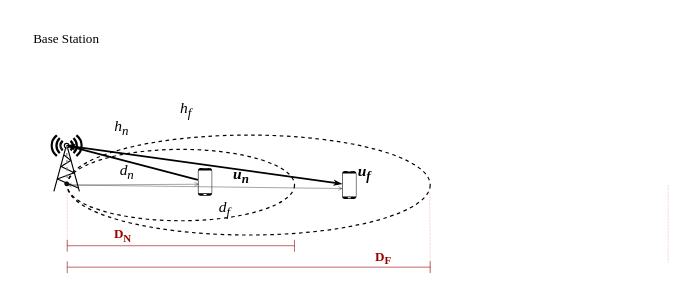
Before: System Diagram.drawio in Lazarus-GS/NOMA-Diagrams, a draw.io diagram. Source tidied: cells renumbered, new cells numbered last; positions are measured from the earlier drawing's top-left corner, leaving out a move shared by most shapes. Both pictures are drawn from the tidied source at 119%, with x=0, y=0 at pixel (20, 20).
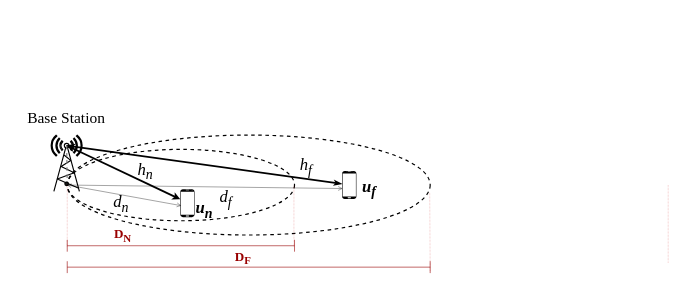
After the change.

The change refers to these unchanged cells:
```xml
<mxCell id="4" style="fontColor=#0066CC;verticalAlign=top;verticalLabelPosition=bottom;labelPosition=center;align=center;html=1;fillColor=default;strokeColor=default;gradientColor=none;gradientDirection=north;strokeWidth=2;shape=mxgraph.networks.radio_tower;rounded=1;shadow=0;comic=0;labelBackgroundColor=none;perimeterSpacing=0;" parent="1" vertex="1">
  <mxGeometry x="25.5" y="96.1" width="26" height="47.3" as="geometry" />
</mxCell>
```

The edit, as a diff of the source:
```diff
@@
-    <mxCell id="6" value="&lt;span style=&quot;font-size: 13px;&quot;&gt;&lt;b&gt;&lt;i&gt;u&lt;sub&gt;n&lt;/sub&gt;&lt;/i&gt;&lt;/b&gt;&lt;/span&gt;" style="text;html=1;strokeColor=none;fillColor=none;align=center;verticalAlign=middle;whiteSpace=wrap;rounded=0;dashed=1;fontFamily=Times New Roman;" parent="1" vertex="1">
-      <mxGeometry x="173" y="123.6" width="25" height="12.5" as="geometry" />
+    <mxCell id="6" value="&lt;span style=&quot;font-size: 13px;&quot;&gt;&lt;b style=&quot;font-size: 14px;&quot;&gt;&lt;i&gt;u&lt;sub&gt;n&lt;/sub&gt;&lt;/i&gt;&lt;/b&gt;&lt;/span&gt;" style="text;html=1;strokeColor=none;fillColor=none;align=center;verticalAlign=middle;whiteSpace=wrap;rounded=0;dashed=1;fontFamily=Times New Roman;" parent="1" vertex="1">
+      <mxGeometry x="142.3" y="152.5" width="25" height="12.5" as="geometry" />
     </mxCell>
-    <mxCell id="7" value="&lt;span style=&quot;font-size: 13px;&quot;&gt;&lt;b&gt;&lt;i&gt;u&lt;sub&gt;f&lt;/sub&gt;&lt;/i&gt;&lt;/b&gt;&lt;/span&gt;" style="text;html=1;strokeColor=none;fillColor=none;align=center;verticalAlign=middle;whiteSpace=wrap;rounded=0;dashed=1;fontFamily=Times New Roman;" parent="1" vertex="1">
-      <mxGeometry x="274" y="113.4" width="30" height="30" as="geometry" />
+    <mxCell id="7" value="&lt;span style=&quot;font-size: 13px;&quot;&gt;&lt;b style=&quot;font-size: 14px;&quot;&gt;&lt;i&gt;u&lt;sub&gt;f&lt;/sub&gt;&lt;/i&gt;&lt;/b&gt;&lt;/span&gt;" style="text;html=1;strokeColor=none;fillColor=none;align=center;verticalAlign=middle;whiteSpace=wrap;rounded=0;dashed=1;fontFamily=Times New Roman;" parent="1" vertex="1">
+      <mxGeometry x="278" y="126.3" width="30" height="30" as="geometry" />
     </mxCell>
-    <mxCell id="8" value="&lt;span style=&quot;font-size: 11px;&quot;&gt;&lt;span style=&quot;font-size: 11px; font-weight: normal;&quot;&gt;&lt;font face=&quot;Times New Roman&quot; style=&quot;font-size: 11px;&quot;&gt;Base Station&lt;/font&gt;&lt;/span&gt;&lt;/span&gt;" style="text;html=1;strokeColor=none;fillColor=none;align=center;verticalAlign=middle;whiteSpace=wrap;rounded=0;dashed=1;fontStyle=1;fontSize=11;" parent="1" vertex="1">
-      <mxGeometry width="77" height="30" as="geometry" />
+    <mxCell id="8" value="&lt;span style=&quot;font-weight: normal;&quot;&gt;&lt;font face=&quot;Times New Roman&quot; style=&quot;font-size: 13px;&quot;&gt;Base Station&lt;/font&gt;&lt;/span&gt;" style="text;html=1;strokeColor=none;fillColor=none;align=center;verticalAlign=middle;whiteSpace=wrap;rounded=0;dashed=1;fontStyle=1;fontSize=11;" parent="1" vertex="1">
+      <mxGeometry y="66" width="77" height="30" as="geometry" />
     </mxCell>
     <mxCell id="9" value="&lt;span style=&quot;font-size: 11px;&quot;&gt;&lt;b&gt;D&lt;sub&gt;F&lt;/sub&gt;&lt;/b&gt;&lt;/span&gt;" style="text;html=1;strokeColor=none;fillColor=none;align=center;verticalAlign=middle;whiteSpace=wrap;rounded=0;dashed=1;fontFamily=Times New Roman;fontColor=#990000;" parent="1" vertex="1">
-      <mxGeometry x="295" y="184" width="20" height="30" as="geometry" />
+      <mxGeometry x="177" y="184" width="20" height="30" as="geometry" />
     </mxCell>
@@
-    <mxCell id="12" value="&lt;span style=&quot;font-size: 13px;&quot;&gt;&lt;i&gt;h&lt;sub&gt;f&lt;/sub&gt;&lt;/i&gt;&lt;/span&gt;" style="text;html=1;strokeColor=none;fillColor=none;align=center;verticalAlign=middle;whiteSpace=wrap;rounded=0;dashed=1;fontFamily=Times New Roman;" parent="1" vertex="1">
-      <mxGeometry x="109" y="60" width="60" height="30" as="geometry" />
+    <mxCell id="12" value="&lt;span style=&quot;font-size: 14px;&quot;&gt;&lt;i&gt;h&lt;sub&gt;f&lt;/sub&gt;&lt;/i&gt;&lt;/span&gt;" style="text;html=1;strokeColor=none;fillColor=none;align=center;verticalAlign=middle;whiteSpace=wrap;rounded=0;dashed=1;fontFamily=Times New Roman;" parent="1" vertex="1">
+      <mxGeometry x="210" y="108" width="60" height="30" as="geometry" />
     </mxCell>
-    <mxCell id="13" value="&lt;span style=&quot;font-size: 13px;&quot;&gt;&lt;i&gt;h&lt;sub&gt;n&lt;/sub&gt;&lt;/i&gt;&lt;/span&gt;" style="text;html=1;strokeColor=none;fillColor=none;align=center;verticalAlign=middle;whiteSpace=wrap;rounded=0;dashed=1;fontFamily=Times New Roman;" parent="1" vertex="1">
-      <mxGeometry x="73" y="75" width="24" height="30" as="geometry" />
+    <mxCell id="13" value="&lt;span style=&quot;font-size: 14px;&quot;&gt;&lt;i&gt;h&lt;sub&gt;n&lt;/sub&gt;&lt;/i&gt;&lt;/span&gt;" style="text;html=1;strokeColor=none;fillColor=none;align=center;verticalAlign=middle;whiteSpace=wrap;rounded=0;dashed=1;fontFamily=Times New Roman;" parent="1" vertex="1">
+      <mxGeometry x="93" y="112.4" width="24" height="30" as="geometry" />
     </mxCell>
@@
-    <mxCell id="16" value="&lt;span style=&quot;font-size: 13px;&quot;&gt;&lt;i style=&quot;&quot;&gt;d&lt;sub style=&quot;&quot;&gt;n&lt;/sub&gt;&lt;/i&gt;&lt;/span&gt;" style="text;html=1;strokeColor=none;fillColor=none;align=center;verticalAlign=middle;whiteSpace=wrap;rounded=0;dashed=1;fontFamily=Times New Roman;" parent="1" vertex="1">
-      <mxGeometry x="77" y="112" width="25" height="30" as="geometry" />
+    <mxCell id="16" value="&lt;span style=&quot;font-size: 14px;&quot;&gt;&lt;i style=&quot;&quot;&gt;d&lt;sub style=&quot;&quot;&gt;n&lt;/sub&gt;&lt;/i&gt;&lt;/span&gt;" style="text;html=1;strokeColor=none;fillColor=none;align=center;verticalAlign=middle;whiteSpace=wrap;rounded=0;dashed=1;fontFamily=Times New Roman;" parent="1" vertex="1">
+      <mxGeometry x="72" y="138.5" width="25" height="30" as="geometry" />
     </mxCell>
-    <mxCell id="17" value="&lt;span style=&quot;font-size: 13px;&quot;&gt;&lt;i style=&quot;&quot;&gt;d&lt;sub style=&quot;&quot;&gt;f&lt;/sub&gt;&lt;/i&gt;&lt;/span&gt;" style="text;html=1;strokeColor=none;fillColor=none;align=center;verticalAlign=middle;whiteSpace=wrap;rounded=0;dashed=1;fontFamily=Times New Roman;" parent="1" vertex="1">
-      <mxGeometry x="159" y="143.4" width="25" height="30" as="geometry" />
+    <mxCell id="17" value="&lt;span style=&quot;font-size: 14px;&quot;&gt;&lt;i style=&quot;&quot;&gt;d&lt;sub style=&quot;&quot;&gt;f&lt;/sub&gt;&lt;/i&gt;&lt;/span&gt;" style="text;html=1;strokeColor=none;fillColor=none;align=center;verticalAlign=middle;whiteSpace=wrap;rounded=0;dashed=1;fontFamily=Times New Roman;" parent="1" vertex="1">
+      <mxGeometry x="159.8" y="135" width="25" height="30" as="geometry" />
     </mxCell>
@@
     <mxCell id="23" style="verticalLabelPosition=bottom;verticalAlign=top;html=1;shadow=0;dashed=0;strokeWidth=0.1;shape=mxgraph.android.phone2;strokeColor=none;fillColor=#000000;" parent="1" vertex="1">
-      <mxGeometry x="148.8" y="123.6" width="12" height="23.4" as="geometry" />
+      <mxGeometry x="134" y="141.6" width="12" height="23.4" as="geometry" />
     </mxCell>
-    <mxCell id="24" style="endArrow=none;html=1;rounded=0;strokeColor=#000000;exitX=0.503;exitY=0.184;exitDx=0;exitDy=0;exitPerimeter=0;strokeWidth=1.5;startArrow=classicThin;startFill=1;endFill=1;endSize=2;startSize=2;" parent="1" edge="1" source="4" target="23">
-      <mxGeometry relative="1" as="geometry" />
+    <mxCell id="24" style="endArrow=classic;html=1;rounded=0;strokeColor=#000000;exitX=0.503;exitY=0.184;exitDx=0;exitDy=0;exitPerimeter=0;strokeWidth=1.5;startArrow=classicThin;startFill=1;endFill=1;endSize=2;startSize=2;" parent="1" edge="1" source="4">
+      <mxGeometry relative="1" as="geometry">
+        <mxPoint x="134" y="150" as="targetPoint" />
+      </mxGeometry>
     </mxCell>
@@
+    <mxCell id="33" style="endArrow=none;dashed=1;html=1;strokeWidth=0.2;rounded=0;fontFamily=Times New Roman;fontSize=11;fontColor=#990000;startSize=3;endSize=3;strokeColor=#CC0000;" parent="1" edge="1">
+      <mxGeometry relative="1" as="geometry">
+        <mxPoint x="229.5" y="189.5" as="sourcePoint" />
+        <mxPoint x="229.5" y="138.5" as="targetPoint" />
+      </mxGeometry>
+    </mxCell>
```
